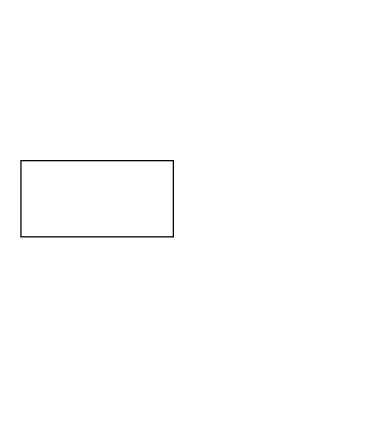
The draw.io diagram Диаграмма без названия.drawio in andriisemeniuta/goit-pyweb2.0-01, before the edit. Source tidied: cells renumbered, new cells numbered last; positions are measured from the earlier drawing's top-left corner, leaving out a move shared by most shapes. Both pictures are drawn from the tidied source at 127%, with x=0, y=0 at pixel (20, 160).
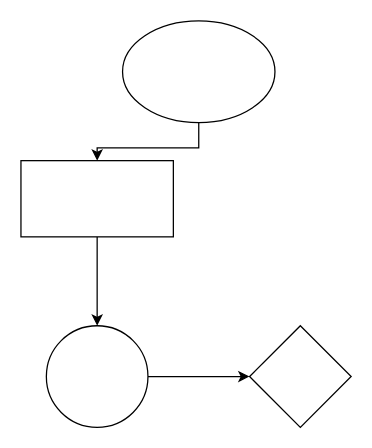
The same page after the edit.

Change to the diagram source:
```diff
@@
 <mxGraphModel>
   <root>
     <mxCell id="0" />
     <mxCell id="1" parent="0" />
+    <mxCell id="3" style="edgeStyle=orthogonalEdgeStyle;rounded=0;jettySize=auto;html=1;" parent="1" edge="1" source="2" target="7">
+      <mxGeometry relative="1" as="geometry" />
+    </mxCell>
     <mxCell id="2" style="rounded=0;whiteSpace=wrap;html=1;" parent="1" vertex="1">
       <mxGeometry width="120" height="60" as="geometry" />
     </mxCell>
+    <mxCell id="4" style="edgeStyle=orthogonalEdgeStyle;rounded=0;jettySize=auto;html=1;" parent="1" edge="1" source="5" target="2">
+      <mxGeometry relative="1" as="geometry" />
+    </mxCell>
+    <mxCell id="5" style="ellipse;whiteSpace=wrap;html=1;" parent="1" vertex="1">
+      <mxGeometry x="80" y="-110" width="120" height="80" as="geometry" />
+    </mxCell>
+    <mxCell id="6" style="edgeStyle=orthogonalEdgeStyle;rounded=0;jettySize=auto;html=1;" parent="1" edge="1" source="7" target="8">
+      <mxGeometry relative="1" as="geometry" />
+    </mxCell>
+    <mxCell id="7" style="ellipse;whiteSpace=wrap;html=1;rounded=0;" parent="1" vertex="1">
+      <mxGeometry x="20" y="130" width="80" height="80" as="geometry" />
+    </mxCell>
+    <mxCell id="8" style="rhombus;whiteSpace=wrap;html=1;rounded=0;" parent="1" vertex="1">
+      <mxGeometry x="180" y="130" width="80" height="80" as="geometry" />
+    </mxCell>
   </root>
 </mxGraphModel>
```
